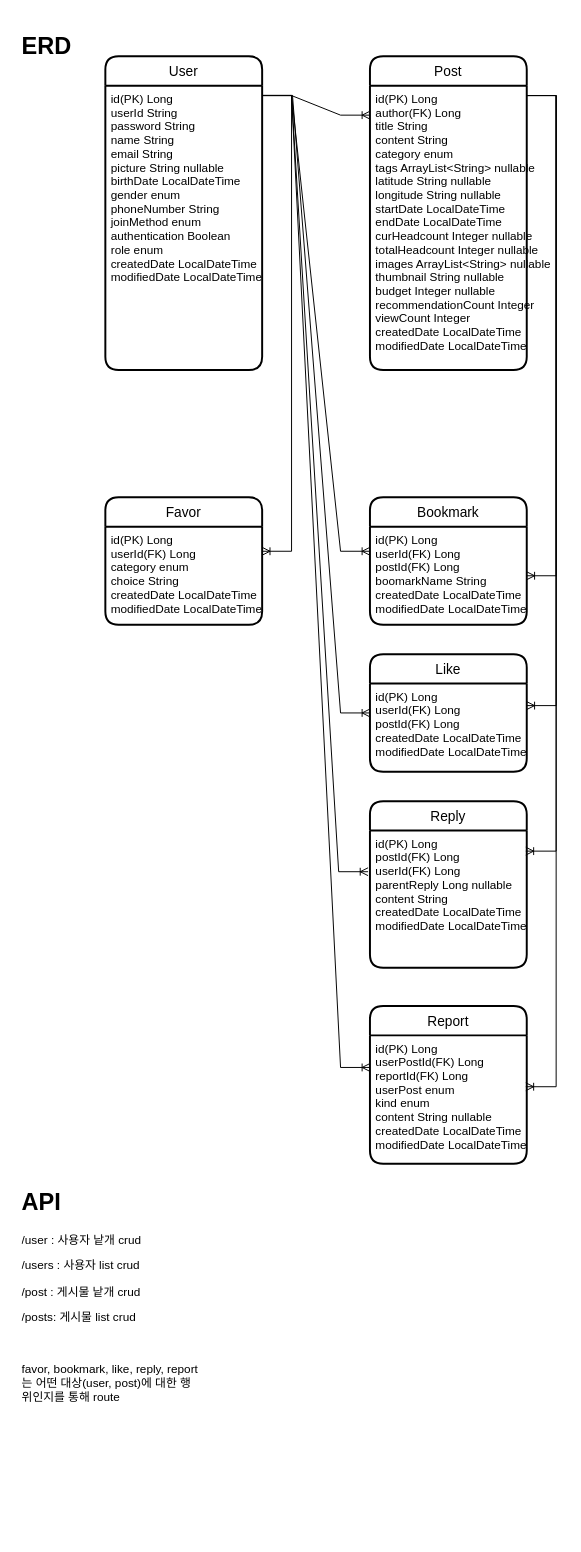
sgcs11/side_project_erd keeps this draw.io diagram as erd.drawio. Above is the earlier version. Source tidied: cells renumbered, new cells numbered last; positions are measured from the earlier drawing's top-left corner, leaving out a move shared by most shapes. Both pictures are drawn from the tidied source at 98%, with x=0, y=0 at pixel (17, 26).
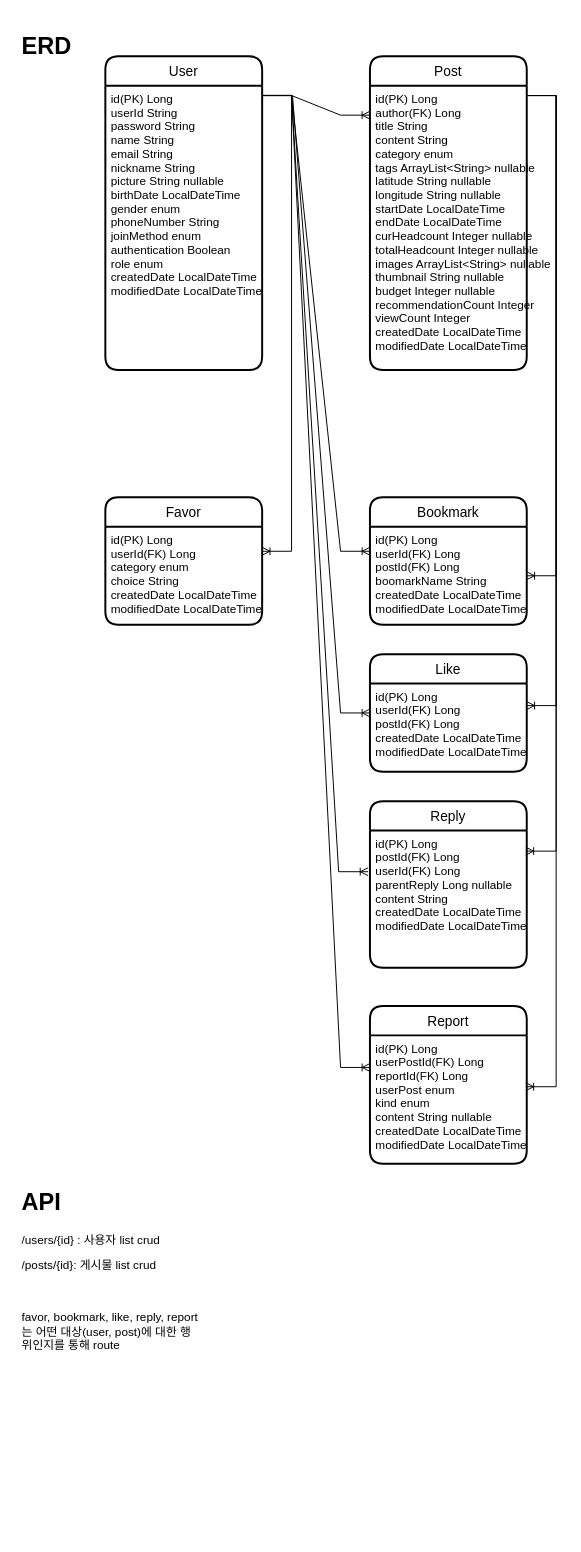
After the change.

The change refers to these unchanged cells:
```xml
<mxCell id="2" value="User" style="swimlane;horizontal=1;startSize=30;rounded=1;fontSize=14;fontStyle=0;strokeWidth=2;shadow=0;dashed=0;align=center;" parent="1" vertex="1">
  <mxGeometry x="90" y="30" width="160" height="320" as="geometry" />
</mxCell>
```

The edit, as a diff of the source:
```diff
@@
-    <mxCell id="3" value="id(PK) Long&#10;userId String&#10;password String&#10;name String&#10;email String&#10;picture String nullable&#10;birthDate LocalDateTime&#10;gender enum&#10;phoneNumber String&#10;joinMethod enum&#10;authentication Boolean&#10;role enum&#10;createdDate LocalDateTime&#10;modifiedDate LocalDateTime" style="align=left;strokeColor=none;fillColor=none;spacingLeft=4;fontSize=12;verticalAlign=top;" parent="2" vertex="1">
+    <mxCell id="3" value="id(PK) Long&#10;userId String&#10;password String&#10;name String&#10;email String&#10;nickname String&#10;picture String nullable&#10;birthDate LocalDateTime&#10;gender enum&#10;phoneNumber String&#10;joinMethod enum&#10;authentication Boolean&#10;role enum&#10;createdDate LocalDateTime&#10;modifiedDate LocalDateTime" style="align=left;strokeColor=none;fillColor=none;spacingLeft=4;fontSize=12;verticalAlign=top;" parent="2" vertex="1">
       <mxGeometry y="30" width="160" height="290" as="geometry" />
     </mxCell>
@@
-    <mxCell id="26" value="&lt;h1&gt;API&lt;/h1&gt;&lt;p&gt;/user : 사용자 낱개 crud&lt;/p&gt;&lt;p&gt;/users : 사용자 list crud&lt;/p&gt;&lt;p&gt;/post : 게시물 낱개 crud&lt;/p&gt;&lt;p&gt;/posts: 게시물 list crud&lt;/p&gt;&lt;p&gt;&lt;br&gt;&lt;/p&gt;&lt;p&gt;favor, bookmark, like, reply, report는 어떤 대상(user, post)에 대한 행위인지를 통해 route&lt;/p&gt;" style="text;html=1;strokeColor=none;fillColor=none;spacing=5;spacingTop=-20;whiteSpace=wrap;overflow=hidden;rounded=0;" parent="1" vertex="1">
+    <mxCell id="26" value="&lt;h1&gt;API&lt;/h1&gt;&lt;p&gt;/users/{id} : 사용자 list crud&lt;/p&gt;&lt;p&gt;/posts/{id}: 게시물 list crud&lt;/p&gt;&lt;p&gt;&lt;br&gt;&lt;/p&gt;&lt;p&gt;favor, bookmark, like, reply, report는 어떤 대상(user, post)에 대한 행위인지를 통해 route&lt;/p&gt;" style="text;html=1;strokeColor=none;fillColor=none;spacing=5;spacingTop=-20;whiteSpace=wrap;overflow=hidden;rounded=0;" parent="1" vertex="1">
       <mxGeometry y="1180" width="190" height="360" as="geometry" />
     </mxCell>
```
